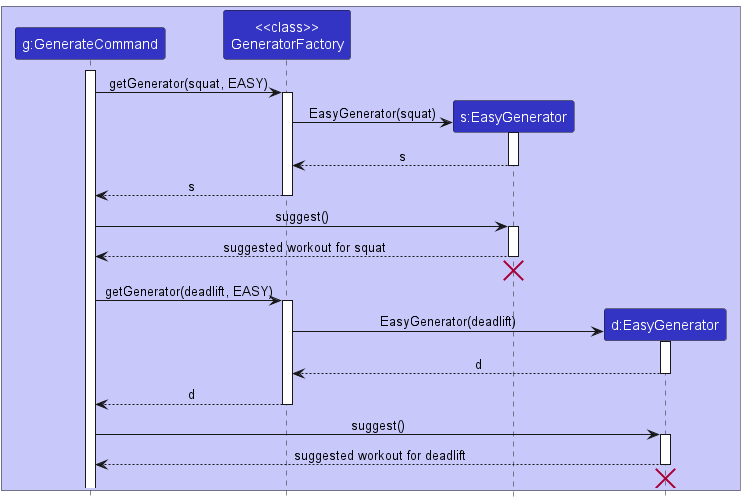
Earlier version of the PlantUML export docs/images/GetSuggestionSequenceDiagram.png (nus-cs2103-AY2223S1/tp). Its diagram source:
```plantuml
@startuml
!include style.puml

box LOGIC_COLOR_T1

participant "g:GenerateCommand" as GenerateCommand LOGIC_COLOR
participant GeneratorFactory as "<<class>>\nGeneratorFactory" LOGIC_COLOR
participant "s:EasyGenerator" as EasyGeneratorSquat LOGIC_COLOR
participant "d:EasyGenerator" as EasyGeneratorDeadlift LOGIC_COLOR

activate GenerateCommand
GenerateCommand -> GeneratorFactory : getGenerator(squat, EASY)

activate GeneratorFactory
create EasyGeneratorSquat

GeneratorFactory -> EasyGeneratorSquat : EasyGenerator(squat)
activate EasyGeneratorSquat

EasyGeneratorSquat --> GeneratorFactory : s
deactivate EasyGeneratorSquat

GeneratorFactory --> GenerateCommand : s
deactivate GeneratorFactory

GenerateCommand -> EasyGeneratorSquat : suggest()
activate EasyGeneratorSquat

EasyGeneratorSquat --> GenerateCommand : suggested workout for squat
deactivate EasyGeneratorSquat

EasyGeneratorSquat -[hidden]> GenerateCommand
destroy EasyGeneratorSquat

GenerateCommand -> GeneratorFactory : getGenerator(deadlift, EASY)

activate GeneratorFactory
create EasyGeneratorDeadlift

GeneratorFactory -> EasyGeneratorDeadlift : EasyGenerator(deadlift)
activate EasyGeneratorDeadlift

EasyGeneratorDeadlift --> GeneratorFactory : d
deactivate EasyGeneratorDeadlift

GeneratorFactory --> GenerateCommand : d
deactivate GeneratorFactory

GenerateCommand -> EasyGeneratorDeadlift : suggest()
activate EasyGeneratorDeadlift

EasyGeneratorDeadlift --> GenerateCommand : suggested workout for deadlift
deactivate EasyGeneratorDeadlift

EasyGeneratorDeadlift -[hidden]> GenerateCommand
destroy EasyGeneratorDeadlift




@enduml
```
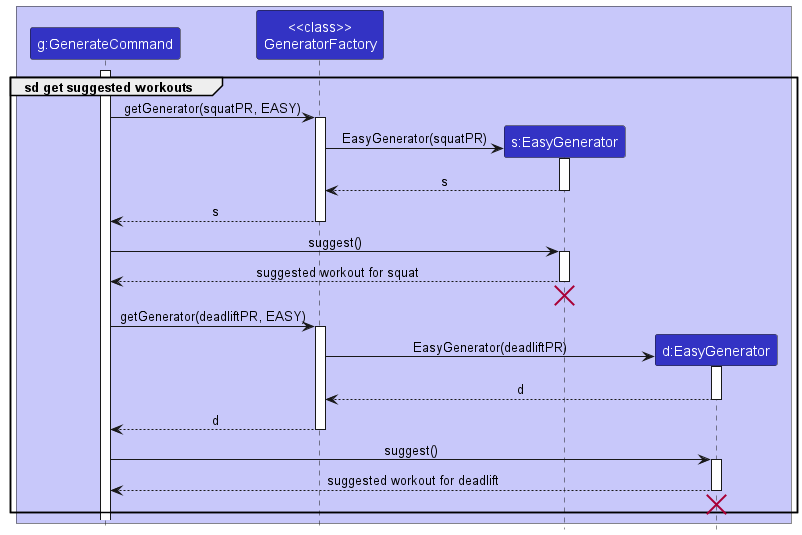
After the commit.

Commit message:
Update descriptions and diagrams in DG

What changed in the source:
```diff
@@ -1,6 +1,7 @@
 @startuml
 !include style.puml
 
+group sd get suggested workouts
 box LOGIC_COLOR_T1
 
 participant "g:GenerateCommand" as GenerateCommand LOGIC_COLOR
@@ -8,13 +9,14 @@
 participant "s:EasyGenerator" as EasyGeneratorSquat LOGIC_COLOR
 participant "d:EasyGenerator" as EasyGeneratorDeadlift LOGIC_COLOR
 
+
 activate GenerateCommand
-GenerateCommand -> GeneratorFactory : getGenerator(squat, EASY)
+GenerateCommand -> GeneratorFactory : getGenerator(squatPR, EASY)
 
 activate GeneratorFactory
 create EasyGeneratorSquat
 
-GeneratorFactory -> EasyGeneratorSquat : EasyGenerator(squat)
+GeneratorFactory -> EasyGeneratorSquat : EasyGenerator(squatPR)
 activate EasyGeneratorSquat
 
 EasyGeneratorSquat --> GeneratorFactory : s
@@ -32,12 +34,12 @@
 EasyGeneratorSquat -[hidden]> GenerateCommand
 destroy EasyGeneratorSquat
 
-GenerateCommand -> GeneratorFactory : getGenerator(deadlift, EASY)
+GenerateCommand -> GeneratorFactory : getGenerator(deadliftPR, EASY)
 
 activate GeneratorFactory
 create EasyGeneratorDeadlift
 
-GeneratorFactory -> EasyGeneratorDeadlift : EasyGenerator(deadlift)
+GeneratorFactory -> EasyGeneratorDeadlift : EasyGenerator(deadliftPR)
 activate EasyGeneratorDeadlift
 
 EasyGeneratorDeadlift --> GeneratorFactory : d
@@ -55,7 +57,5 @@
 EasyGeneratorDeadlift -[hidden]> GenerateCommand
 destroy EasyGeneratorDeadlift
 
-
-
-
+end
 @enduml
```
